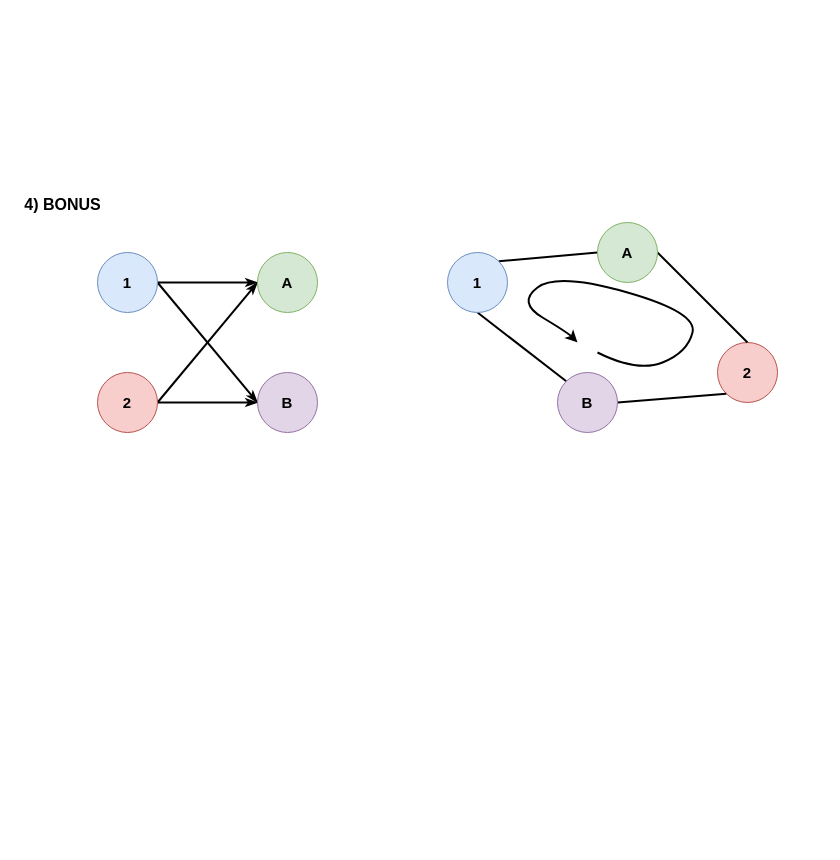
Above: HW9_4.drawio in edwardayala/Diagrams (draw.io), before the change. Source tidied: cells renumbered, new cells numbered last; positions are measured from the earlier drawing's top-left corner, leaving out a move shared by most shapes. Both pictures are drawn from the tidied source at 100%, with x=0, y=0 at pixel (17, 192).
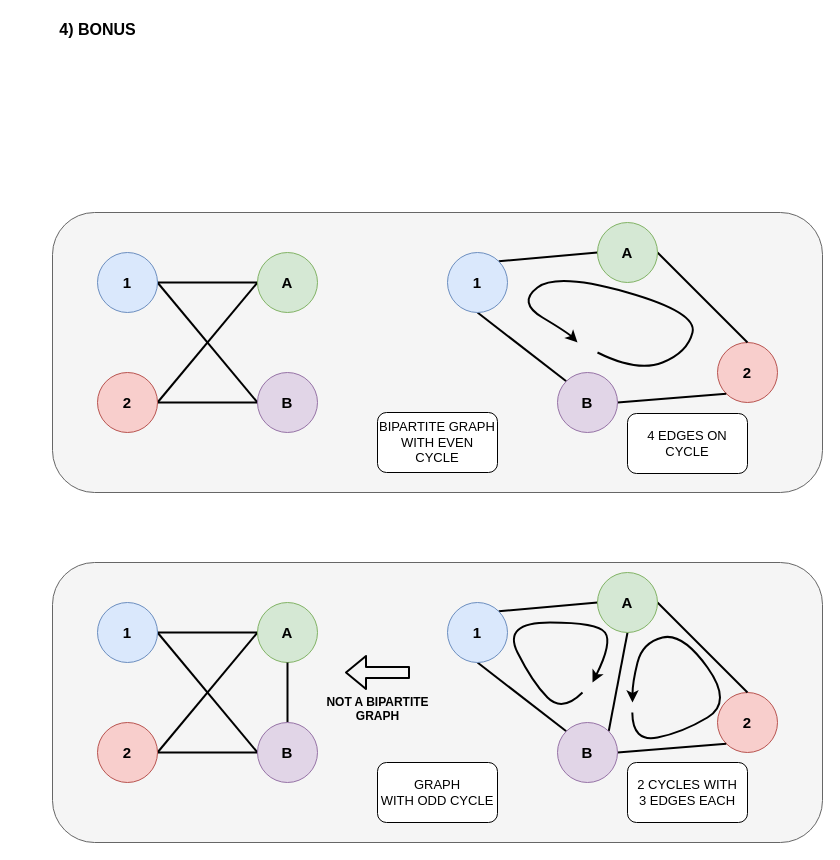
The same diagram, later.

Unchanged cells that the change refers to:
```xml
<mxCell id="5" value="&lt;b&gt;&lt;font style=&quot;font-size: 15px&quot;&gt;1&lt;/font&gt;&lt;/b&gt;" style="ellipse;whiteSpace=wrap;html=1;fillColor=#dae8fc;strokeColor=#6c8ebf;" parent="1" vertex="1">
  <mxGeometry x="80" y="60" width="60" height="60" as="geometry" />
</mxCell>
<mxCell id="8" value="&lt;span style=&quot;font-size: 15px&quot;&gt;&lt;b&gt;2&lt;/b&gt;&lt;/span&gt;" style="ellipse;whiteSpace=wrap;html=1;fillColor=#f8cecc;strokeColor=#b85450;" parent="1" vertex="1">
  <mxGeometry x="80" y="180" width="60" height="60" as="geometry" />
</mxCell>
<mxCell id="9" value="&lt;span style=&quot;font-size: 15px&quot;&gt;&lt;b&gt;A&lt;/b&gt;&lt;/span&gt;" style="ellipse;whiteSpace=wrap;html=1;fillColor=#d5e8d4;strokeColor=#82b366;" parent="1" vertex="1">
  <mxGeometry x="240" y="60" width="60" height="60" as="geometry" />
</mxCell>
<mxCell id="10" value="&lt;span style=&quot;font-size: 15px&quot;&gt;&lt;b&gt;B&lt;/b&gt;&lt;/span&gt;" style="ellipse;whiteSpace=wrap;html=1;fillColor=#e1d5e7;strokeColor=#9673a6;" parent="1" vertex="1">
  <mxGeometry x="240" y="180" width="60" height="60" as="geometry" />
</mxCell>
```

What changed in the source:
```diff
@@
+    <mxCell id="20" style="rounded=1;whiteSpace=wrap;html=1;fillColor=#f5f5f5;strokeColor=#666666;fontColor=#333333;" parent="1" vertex="1">
+      <mxGeometry x="35" y="20" width="770" height="280" as="geometry" />
+    </mxCell>
     <mxCell id="2" value="&lt;div&gt;&lt;b&gt;&lt;font style=&quot;font-size: 16px&quot;&gt;4) BONUS&lt;/font&gt;&lt;/b&gt;&lt;/div&gt;" style="text;html=1;align=center;verticalAlign=top;spacingTop=-4;" parent="1" vertex="1">
-      <mxGeometry width="90" height="20" as="geometry" />
+      <mxGeometry x="35" y="-175" width="90" height="20" as="geometry" />
     </mxCell>
-    <mxCell id="3" style="rounded=0;jettySize=auto;html=1;exitX=1;exitY=0.5;exitDx=0;exitDy=0;entryX=0;entryY=0.5;entryDx=0;entryDy=0;strokeWidth=2;endArrow=classicThin;endFill=1;" parent="1" edge="1" source="5" target="9">
+    <mxCell id="3" style="rounded=0;jettySize=auto;html=1;exitX=1;exitY=0.5;exitDx=0;exitDy=0;entryX=0;entryY=0.5;entryDx=0;entryDy=0;strokeWidth=2;endArrow=none;endFill=0;" parent="1" edge="1" source="5" target="9">
       <mxGeometry relative="1" as="geometry" />
     </mxCell>
-    <mxCell id="4" style="edgeStyle=none;rounded=0;jettySize=auto;html=1;exitX=1;exitY=0.5;exitDx=0;exitDy=0;entryX=0;entryY=0.5;entryDx=0;entryDy=0;strokeWidth=2;endArrow=classicThin;endFill=1;" parent="1" edge="1" source="5" target="10">
+    <mxCell id="4" style="edgeStyle=none;rounded=0;jettySize=auto;html=1;exitX=1;exitY=0.5;exitDx=0;exitDy=0;entryX=0;entryY=0.5;entryDx=0;entryDy=0;strokeWidth=2;endArrow=none;endFill=0;" parent="1" edge="1" source="5" target="10">
       <mxGeometry relative="1" as="geometry" />
     </mxCell>
@@
-    <mxCell id="6" style="edgeStyle=none;rounded=0;jettySize=auto;html=1;exitX=1;exitY=0.5;exitDx=0;exitDy=0;entryX=0;entryY=0.5;entryDx=0;entryDy=0;strokeWidth=2;endArrow=classicThin;endFill=1;" parent="1" edge="1" source="8" target="10">
+    <mxCell id="6" style="edgeStyle=none;rounded=0;jettySize=auto;html=1;exitX=1;exitY=0.5;exitDx=0;exitDy=0;entryX=0;entryY=0.5;entryDx=0;entryDy=0;strokeWidth=2;endArrow=none;endFill=0;" parent="1" edge="1" source="8" target="10">
       <mxGeometry relative="1" as="geometry" />
     </mxCell>
-    <mxCell id="7" style="edgeStyle=none;rounded=0;jettySize=auto;html=1;exitX=1;exitY=0.5;exitDx=0;exitDy=0;entryX=0;entryY=0.5;entryDx=0;entryDy=0;strokeWidth=2;endArrow=classicThin;endFill=1;" parent="1" edge="1" source="8" target="9">
+    <mxCell id="7" style="edgeStyle=none;rounded=0;jettySize=auto;html=1;exitX=1;exitY=0.5;exitDx=0;exitDy=0;entryX=0;entryY=0.5;entryDx=0;entryDy=0;strokeWidth=2;endArrow=none;endFill=0;" parent="1" edge="1" source="8" target="9">
       <mxGeometry relative="1" as="geometry" />
     </mxCell>
@@
+    <mxCell id="21" value="&lt;font style=&quot;font-size: 13px&quot;&gt;BIPARTITE GRAPH&lt;br&gt;WITH EVEN CYCLE&lt;/font&gt;" style="rounded=1;whiteSpace=wrap;html=1;" parent="1" vertex="1">
+      <mxGeometry x="360" y="220" width="120" height="60" as="geometry" />
+    </mxCell>
+    <mxCell id="22" style="rounded=1;whiteSpace=wrap;html=1;fillColor=#f5f5f5;strokeColor=#666666;fontColor=#333333;" parent="1" vertex="1">
+      <mxGeometry x="35" y="370" width="770" height="280" as="geometry" />
+    </mxCell>
+    <mxCell id="23" style="rounded=0;jettySize=auto;html=1;exitX=1;exitY=0.5;exitDx=0;exitDy=0;entryX=0;entryY=0.5;entryDx=0;entryDy=0;strokeWidth=2;endArrow=none;endFill=0;" parent="1" edge="1" source="25" target="29">
+      <mxGeometry relative="1" as="geometry" />
+    </mxCell>
+    <mxCell id="24" style="edgeStyle=none;rounded=0;jettySize=auto;html=1;exitX=1;exitY=0.5;exitDx=0;exitDy=0;entryX=0;entryY=0.5;entryDx=0;entryDy=0;strokeWidth=2;endArrow=none;endFill=0;" parent="1" edge="1" source="25" target="31">
+      <mxGeometry relative="1" as="geometry" />
+    </mxCell>
+    <mxCell id="25" value="&lt;b&gt;&lt;font style=&quot;font-size: 15px&quot;&gt;1&lt;/font&gt;&lt;/b&gt;" style="ellipse;whiteSpace=wrap;html=1;fillColor=#dae8fc;strokeColor=#6c8ebf;" parent="1" vertex="1">
+      <mxGeometry x="80" y="410" width="60" height="60" as="geometry" />
+    </mxCell>
+    <mxCell id="26" style="edgeStyle=none;rounded=0;jettySize=auto;html=1;exitX=1;exitY=0.5;exitDx=0;exitDy=0;entryX=0;entryY=0.5;entryDx=0;entryDy=0;strokeWidth=2;endArrow=none;endFill=0;" parent="1" edge="1" source="28" target="31">
+      <mxGeometry relative="1" as="geometry" />
+    </mxCell>
+    <mxCell id="27" style="edgeStyle=none;rounded=0;jettySize=auto;html=1;exitX=1;exitY=0.5;exitDx=0;exitDy=0;entryX=0;entryY=0.5;entryDx=0;entryDy=0;strokeWidth=2;endArrow=none;endFill=0;" parent="1" edge="1" source="28" target="29">
+      <mxGeometry relative="1" as="geometry" />
+    </mxCell>
+    <mxCell id="28" value="&lt;span style=&quot;font-size: 15px&quot;&gt;&lt;b&gt;2&lt;/b&gt;&lt;/span&gt;" style="ellipse;whiteSpace=wrap;html=1;fillColor=#f8cecc;strokeColor=#b85450;" parent="1" vertex="1">
+      <mxGeometry x="80" y="530" width="60" height="60" as="geometry" />
+    </mxCell>
+    <mxCell id="29" value="&lt;span style=&quot;font-size: 15px&quot;&gt;&lt;b&gt;A&lt;/b&gt;&lt;/span&gt;" style="ellipse;whiteSpace=wrap;html=1;fillColor=#d5e8d4;strokeColor=#82b366;" parent="1" vertex="1">
+      <mxGeometry x="240" y="410" width="60" height="60" as="geometry" />
+    </mxCell>
+    <mxCell id="30" style="edgeStyle=none;rounded=0;jettySize=auto;html=1;exitX=0.5;exitY=0;exitDx=0;exitDy=0;entryX=0.5;entryY=1;entryDx=0;entryDy=0;endArrow=none;endFill=0;strokeWidth=2;" parent="1" edge="1" source="31" target="29">
+      <mxGeometry relative="1" as="geometry" />
+    </mxCell>
+    <mxCell id="31" value="&lt;span style=&quot;font-size: 15px&quot;&gt;&lt;b&gt;B&lt;/b&gt;&lt;/span&gt;" style="ellipse;whiteSpace=wrap;html=1;fillColor=#e1d5e7;strokeColor=#9673a6;" parent="1" vertex="1">
+      <mxGeometry x="240" y="530" width="60" height="60" as="geometry" />
+    </mxCell>
+    <mxCell id="32" style="edgeStyle=none;rounded=0;jettySize=auto;html=1;exitX=1;exitY=0;exitDx=0;exitDy=0;entryX=0;entryY=0.5;entryDx=0;entryDy=0;endArrow=none;endFill=0;strokeWidth=2;" parent="1" edge="1" source="34" target="38">
+      <mxGeometry relative="1" as="geometry" />
+    </mxCell>
+    <mxCell id="33" style="edgeStyle=none;rounded=0;jettySize=auto;html=1;exitX=0.5;exitY=1;exitDx=0;exitDy=0;entryX=0;entryY=0;entryDx=0;entryDy=0;endArrow=none;endFill=0;strokeWidth=2;" parent="1" edge="1" source="34" target="40">
+      <mxGeometry relative="1" as="geometry" />
+    </mxCell>
+    <mxCell id="34" value="&lt;b&gt;&lt;font style=&quot;font-size: 15px&quot;&gt;1&lt;/font&gt;&lt;/b&gt;" style="ellipse;whiteSpace=wrap;html=1;fillColor=#dae8fc;strokeColor=#6c8ebf;" parent="1" vertex="1">
+      <mxGeometry x="430" y="410" width="60" height="60" as="geometry" />
+    </mxCell>
+    <mxCell id="35" value="&lt;span style=&quot;font-size: 15px&quot;&gt;&lt;b&gt;2&lt;/b&gt;&lt;/span&gt;" style="ellipse;whiteSpace=wrap;html=1;fillColor=#f8cecc;strokeColor=#b85450;" parent="1" vertex="1">
+      <mxGeometry x="700" y="500" width="60" height="60" as="geometry" />
+    </mxCell>
+    <mxCell id="36" style="edgeStyle=none;rounded=0;jettySize=auto;html=1;exitX=1;exitY=0.5;exitDx=0;exitDy=0;entryX=0.5;entryY=0;entryDx=0;entryDy=0;endArrow=none;endFill=0;strokeWidth=2;" parent="1" edge="1" source="38" target="35">
+      <mxGeometry relative="1" as="geometry" />
+    </mxCell>
+    <mxCell id="37" style="edgeStyle=none;rounded=0;jettySize=auto;html=1;exitX=0.5;exitY=1;exitDx=0;exitDy=0;entryX=1;entryY=0;entryDx=0;entryDy=0;endArrow=none;endFill=0;strokeWidth=2;" parent="1" edge="1" source="38" target="40">
+      <mxGeometry relative="1" as="geometry" />
+    </mxCell>
+    <mxCell id="38" value="&lt;span style=&quot;font-size: 15px&quot;&gt;&lt;b&gt;A&lt;/b&gt;&lt;/span&gt;" style="ellipse;whiteSpace=wrap;html=1;fillColor=#d5e8d4;strokeColor=#82b366;" parent="1" vertex="1">
+      <mxGeometry x="580" y="380" width="60" height="60" as="geometry" />
+    </mxCell>
+    <mxCell id="39" style="edgeStyle=none;rounded=0;jettySize=auto;html=1;exitX=1;exitY=0.5;exitDx=0;exitDy=0;entryX=0;entryY=1;entryDx=0;entryDy=0;endArrow=none;endFill=0;strokeWidth=2;" parent="1" edge="1" source="40" target="35">
+      <mxGeometry relative="1" as="geometry" />
+    </mxCell>
+    <mxCell id="40" value="&lt;span style=&quot;font-size: 15px&quot;&gt;&lt;b&gt;B&lt;/b&gt;&lt;/span&gt;" style="ellipse;whiteSpace=wrap;html=1;fillColor=#e1d5e7;strokeColor=#9673a6;" parent="1" vertex="1">
+      <mxGeometry x="540" y="530" width="60" height="60" as="geometry" />
+    </mxCell>
+    <mxCell id="41" value="&lt;font style=&quot;font-size: 13px&quot;&gt;GRAPH&lt;br&gt;WITH ODD CYCLE&lt;/font&gt;" style="rounded=1;whiteSpace=wrap;html=1;" parent="1" vertex="1">
+      <mxGeometry x="360" y="570" width="120" height="60" as="geometry" />
+    </mxCell>
+    <mxCell id="42" value="&lt;font style=&quot;font-size: 13px&quot;&gt;2 CYCLES WITH&lt;br&gt;3 EDGES EACH&lt;br&gt;&lt;/font&gt;" style="rounded=1;whiteSpace=wrap;html=1;" parent="1" vertex="1">
+      <mxGeometry x="610" y="570" width="120" height="60" as="geometry" />
+    </mxCell>
+    <mxCell id="43" value="&lt;font style=&quot;font-size: 13px&quot;&gt;4 EDGES ON CYCLE&lt;/font&gt;" style="rounded=1;whiteSpace=wrap;html=1;" parent="1" vertex="1">
+      <mxGeometry x="610" y="221" width="120" height="60" as="geometry" />
+    </mxCell>
+    <mxCell id="44" style="curved=1;endArrow=classic;html=1;strokeWidth=2;" parent="1" edge="1">
+      <mxGeometry relative="1" as="geometry">
+        <mxPoint x="565" y="500" as="sourcePoint" />
+        <mxPoint x="575" y="490" as="targetPoint" />
+        <Array as="points">
+          <mxPoint x="545" y="520" />
+          <mxPoint x="515" y="490" />
+          <mxPoint x="485" y="430" />
+          <mxPoint x="580" y="430" />
+          <mxPoint x="595" y="450" />
+        </Array>
+      </mxGeometry>
+    </mxCell>
+    <mxCell id="45" style="curved=1;endArrow=classic;html=1;strokeWidth=2;exitX=0.753;exitY=0.536;exitDx=0;exitDy=0;exitPerimeter=0;" parent="1" edge="1" source="22">
+      <mxGeometry relative="1" as="geometry">
+        <mxPoint x="615" y="510" as="targetPoint" />
+        <Array as="points">
+          <mxPoint x="615" y="550" />
+          <mxPoint x="665" y="540" />
+          <mxPoint x="715" y="510" />
+          <mxPoint x="665" y="440" />
+          <mxPoint x="625" y="450" />
+          <mxPoint x="615" y="490" />
+        </Array>
+      </mxGeometry>
+    </mxCell>
+    <mxCell id="46" style="shape=flexArrow;endArrow=classic;html=1;strokeWidth=2;" parent="1" edge="1">
+      <mxGeometry relative="1" as="geometry">
+        <mxPoint x="392.5" y="480" as="sourcePoint" />
+        <mxPoint x="327.5" y="480" as="targetPoint" />
+      </mxGeometry>
+    </mxCell>
+    <mxCell id="47" value="&lt;b&gt;NOT A BIPARTITE&lt;br&gt;GRAPH&lt;/b&gt;" style="text;html=1;align=center;verticalAlign=top;spacingTop=-4;" parent="1" vertex="1">
+      <mxGeometry x="300" y="500" width="120" height="30" as="geometry" />
+    </mxCell>
```
